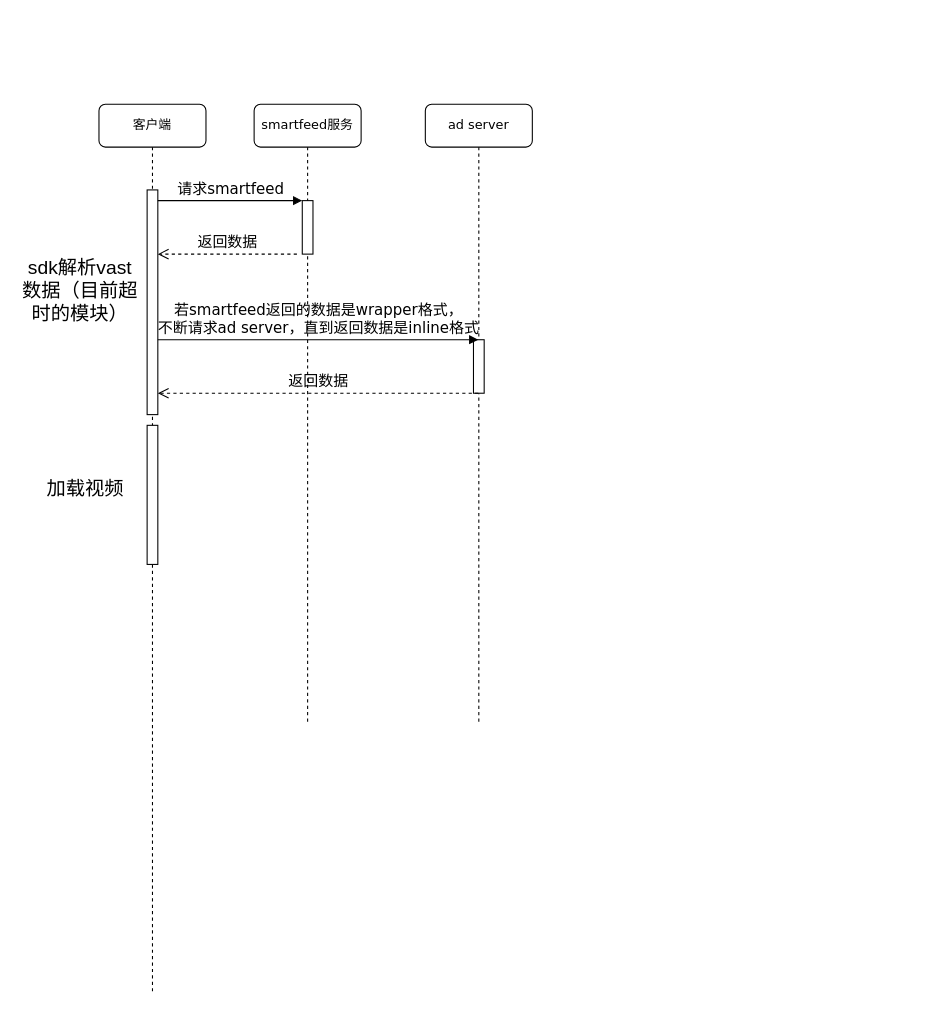
Earlier version of the draw.io diagram 未命名绘图.drawio (zzhao2018/wfuProject). Source tidied: cells renumbered, new cells numbered last; positions are measured from the earlier drawing's top-left corner, leaving out a move shared by most shapes. Both pictures are drawn from the tidied source at 107%, with x=0, y=0 at pixel (18, 104).
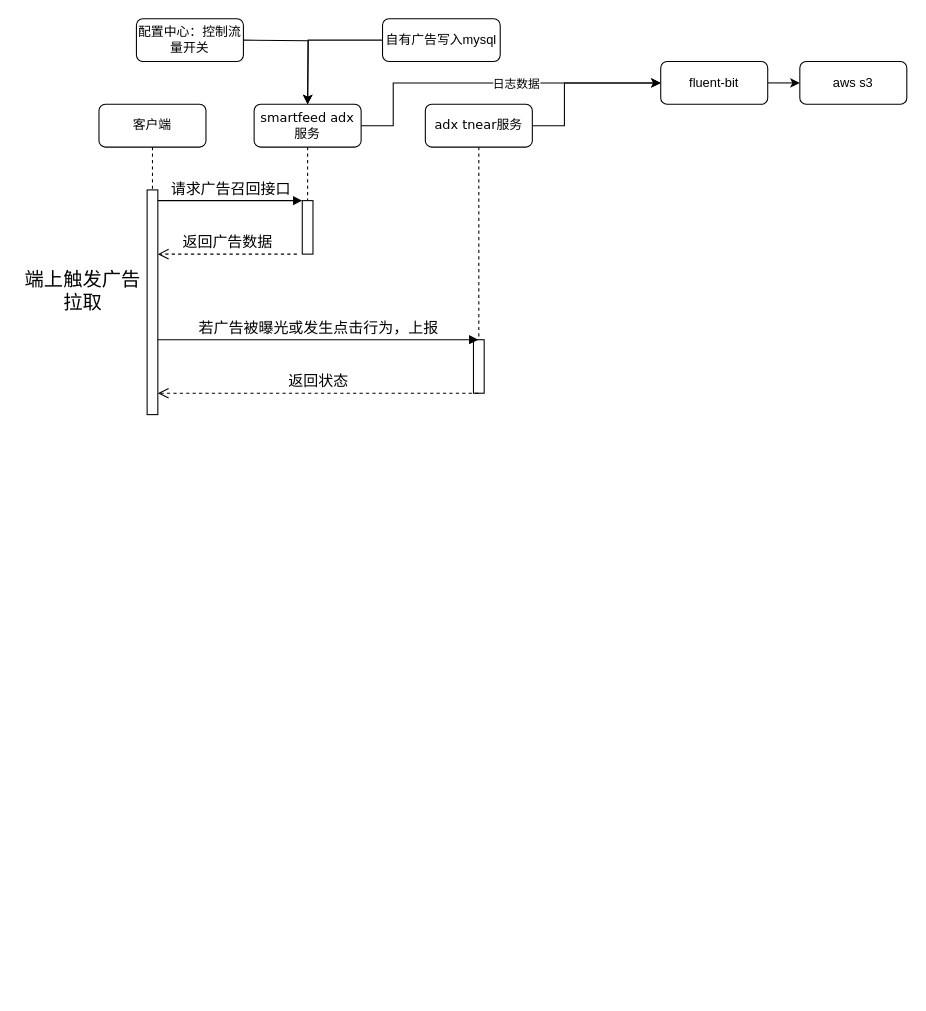
After the change.

Commit message:
更新未命名绘图.drawio

The change refers to these unchanged cells:
```xml
<mxCell id="3" style="html=1;points=[];perimeter=orthogonalPerimeter;rounded=0;shadow=0;comic=0;labelBackgroundColor=none;strokeWidth=1;fontFamily=Verdana;fontSize=12;align=center;" parent="2" vertex="1">
  <mxGeometry x="45" y="90" width="10" height="50" as="geometry" />
</mxCell>
<mxCell id="9" style="html=1;points=[];perimeter=orthogonalPerimeter;rounded=0;shadow=0;comic=0;labelBackgroundColor=none;strokeWidth=1;fontFamily=Verdana;fontSize=12;align=center;" parent="8" vertex="1">
  <mxGeometry x="45" y="80" width="10" height="210" as="geometry" />
</mxCell>
```

Change to the diagram source:
```diff
@@
-    <mxCell id="2" value="smartfeed服务" style="shape=umlLifeline;perimeter=lifelinePerimeter;whiteSpace=wrap;html=1;rounded=1;shadow=0;comic=0;labelBackgroundColor=none;strokeWidth=1;fontFamily=Verdana;fontSize=12;align=center;" parent="1" vertex="1">
-      <mxGeometry x="220" width="100" height="580" as="geometry" />
+    <mxCell id="2" value="smartfeed adx服务" style="shape=umlLifeline;perimeter=lifelinePerimeter;whiteSpace=wrap;html=1;rounded=1;shadow=0;comic=0;labelBackgroundColor=none;strokeWidth=1;fontFamily=Verdana;fontSize=12;align=center;" parent="1" vertex="1">
+      <mxGeometry x="220" width="100" height="140" as="geometry" />
     </mxCell>
@@
-    <mxCell id="4" value="&lt;font style=&quot;font-size: 14px;&quot;&gt;返回数据&lt;/font&gt;" style="html=1;verticalAlign=bottom;endArrow=open;dashed=1;endSize=8;labelBackgroundColor=none;fontFamily=Verdana;fontSize=12;edgeStyle=elbowEdgeStyle;elbow=horizontal;" parent="2" edge="1">
+    <mxCell id="4" value="&lt;font style=&quot;font-size: 14px;&quot;&gt;返回广告数据&lt;/font&gt;" style="html=1;verticalAlign=bottom;endArrow=open;dashed=1;endSize=8;labelBackgroundColor=none;fontFamily=Verdana;fontSize=12;edgeStyle=elbowEdgeStyle;elbow=horizontal;" parent="2" edge="1">
       <mxGeometry relative="1" as="geometry">
         <mxPoint x="40" y="140" as="sourcePoint" />
         <mxPoint x="-90" y="140" as="targetPoint" />
         <Array as="points">
           <mxPoint x="-15" y="140" />
           <mxPoint x="15" y="140" />
         </Array>
       </mxGeometry>
     </mxCell>
-    <mxCell id="5" value="ad server" style="shape=umlLifeline;perimeter=lifelinePerimeter;whiteSpace=wrap;html=1;outlineConnect=0;rounded=1;shadow=0;comic=0;labelBackgroundColor=none;strokeWidth=1;fontFamily=Verdana;fontSize=12;align=center;" parent="1" vertex="1">
-      <mxGeometry x="380" width="100" height="580" as="geometry" />
+    <mxCell id="5" value="adx tnear服务" style="shape=umlLifeline;perimeter=lifelinePerimeter;whiteSpace=wrap;html=1;outlineConnect=0;rounded=1;shadow=0;comic=0;labelBackgroundColor=none;strokeWidth=1;fontFamily=Verdana;fontSize=12;align=center;" parent="1" vertex="1">
+      <mxGeometry x="380" width="100" height="270" as="geometry" />
     </mxCell>
@@
-    <mxCell id="7" value="&lt;font style=&quot;font-size: 14px;&quot;&gt;返回数据&lt;/font&gt;" style="html=1;verticalAlign=bottom;endArrow=open;dashed=1;endSize=8;labelBackgroundColor=none;fontFamily=Verdana;fontSize=12;edgeStyle=elbowEdgeStyle;elbow=vertical;" parent="5" edge="1">
+    <mxCell id="7" value="&lt;font style=&quot;font-size: 14px;&quot;&gt;返回状态&lt;/font&gt;" style="html=1;verticalAlign=bottom;endArrow=open;dashed=1;endSize=8;labelBackgroundColor=none;fontFamily=Verdana;fontSize=12;edgeStyle=elbowEdgeStyle;elbow=vertical;" parent="5" edge="1">
       <mxGeometry relative="1" as="geometry">
         <mxPoint x="49.5" y="270" as="sourcePoint" />
         <mxPoint x="-250" y="270" as="targetPoint" />
         <Array as="points">
           <mxPoint x="-175" y="270" />
           <mxPoint x="-145" y="270" />
         </Array>
       </mxGeometry>
     </mxCell>
     <mxCell id="8" value="客户端" style="shape=umlLifeline;perimeter=lifelinePerimeter;whiteSpace=wrap;html=1;rounded=1;shadow=0;comic=0;labelBackgroundColor=none;strokeWidth=1;fontFamily=Verdana;fontSize=12;align=center;" parent="1" vertex="1">
-      <mxGeometry x="75" width="100" height="830" as="geometry" />
+      <mxGeometry x="75" width="100" height="290" as="geometry" />
     </mxCell>
@@
-    <mxCell id="10" style="html=1;perimeter=orthogonalPerimeter;rounded=0;shadow=0;comic=0;labelBackgroundColor=none;strokeWidth=1;fontFamily=Verdana;fontSize=12;align=center;" parent="8" vertex="1">
-      <mxGeometry x="45" y="300" width="10" height="130" as="geometry" />
-    </mxCell>
+    <mxCell id="13" value="&lt;font style=&quot;font-size: 18px;&quot;&gt;端上触发广告拉取&lt;/font&gt;" style="text;strokeColor=none;align=center;fillColor=none;html=1;verticalAlign=middle;whiteSpace=wrap;rounded=0;" parent="8" vertex="1">
+      <mxGeometry x="-75" y="150" width="120" height="50" as="geometry" />
+    </mxCell>
-    <mxCell id="11" value="&lt;font style=&quot;font-size: 14px;&quot;&gt;若smartfeed返回的数据是wrapper格式，&lt;br&gt;不断请求ad server，直到返回数据是inline格式&lt;/font&gt;" style="html=1;verticalAlign=bottom;endArrow=block;labelBackgroundColor=none;fontFamily=Verdana;fontSize=12;" parent="1" edge="1" target="5">
+    <mxCell id="11" value="&lt;span style=&quot;font-size: 14px;&quot;&gt;若广告被曝光或发生点击行为，上报&lt;/span&gt;" style="html=1;verticalAlign=bottom;endArrow=block;labelBackgroundColor=none;fontFamily=Verdana;fontSize=12;" parent="1" edge="1" target="5">
       <mxGeometry relative="1" as="geometry">
         <mxPoint x="130" y="220" as="sourcePoint" />
       </mxGeometry>
     </mxCell>
-    <mxCell id="12" value="&lt;font style=&quot;font-size: 14px;&quot;&gt;请求smartfeed&lt;/font&gt;" style="html=1;verticalAlign=bottom;endArrow=block;entryX=0;entryY=0;labelBackgroundColor=none;fontFamily=Verdana;fontSize=12;edgeStyle=elbowEdgeStyle;elbow=vertical;" parent="1" edge="1" source="9" target="3">
+    <mxCell id="12" value="&lt;span style=&quot;font-size: 14px;&quot;&gt;请求广告召回接口&lt;/span&gt;" style="html=1;verticalAlign=bottom;endArrow=block;entryX=0;entryY=0;labelBackgroundColor=none;fontFamily=Verdana;fontSize=12;edgeStyle=elbowEdgeStyle;elbow=vertical;" parent="1" edge="1" source="9" target="3">
       <mxGeometry relative="1" as="geometry" />
     </mxCell>
-    <mxCell id="13" value="&lt;font style=&quot;font-size: 18px;&quot;&gt;sdk解析vast数据（目前超时的模块）&lt;/font&gt;" style="text;strokeColor=none;align=center;fillColor=none;html=1;verticalAlign=middle;whiteSpace=wrap;rounded=0;" parent="1" vertex="1">
-      <mxGeometry y="160" width="115" height="30" as="geometry" />
-    </mxCell>
-    <mxCell id="14" value="&lt;font style=&quot;font-size: 18px;&quot;&gt;加载视频&lt;/font&gt;" style="text;strokeColor=none;align=center;fillColor=none;html=1;verticalAlign=middle;whiteSpace=wrap;rounded=0;" parent="1" vertex="1">
-      <mxGeometry x="21.2" y="345" width="82.5" height="30" as="geometry" />
-    </mxCell>
+    <mxCell id="15" style="edgeStyle=orthogonalEdgeStyle;rounded=0;orthogonalLoop=1;jettySize=auto;html=1;exitX=0.5;exitY=1;exitDx=0;exitDy=0;" parent="1" edge="1">
+      <mxGeometry relative="1" as="geometry">
+        <mxPoint x="210" y="-60" as="sourcePoint" />
+        <mxPoint x="270" as="targetPoint" />
+      </mxGeometry>
+    </mxCell>
+    <mxCell id="16" value="配置中心：控制流量开关" style="rounded=1;whiteSpace=wrap;html=1;" parent="1" vertex="1">
+      <mxGeometry x="110" y="-80" width="100" height="40" as="geometry" />
+    </mxCell>
+    <mxCell id="17" style="edgeStyle=orthogonalEdgeStyle;rounded=0;jettySize=auto;html=1;" parent="1" edge="1" source="18">
+      <mxGeometry relative="1" as="geometry">
+        <mxPoint x="270" as="targetPoint" />
+      </mxGeometry>
+    </mxCell>
+    <mxCell id="18" value="自有广告写入mysql" style="rounded=1;whiteSpace=wrap;html=1;" parent="1" vertex="1">
+      <mxGeometry x="340" y="-80" width="110" height="40" as="geometry" />
+    </mxCell>
+    <mxCell id="19" style="endArrow=classic;html=1;rounded=0;" parent="1" edge="1">
+      <mxGeometry relative="1" as="geometry">
+        <mxPoint x="320" y="20" as="sourcePoint" />
+        <mxPoint x="600" y="-20" as="targetPoint" />
+        <Array as="points">
+          <mxPoint x="350" y="20" />
+          <mxPoint x="350" y="-20" />
+          <mxPoint x="550" y="-20" />
+        </Array>
+      </mxGeometry>
+    </mxCell>
+    <mxCell id="20" value="日志数据" style="edgeLabel;html=1;align=center;verticalAlign=middle;" parent="19" vertex="1">
+      <mxGeometry x="0.15" y="1" relative="1" as="geometry">
+        <mxPoint y="1" as="offset" />
+      </mxGeometry>
+    </mxCell>
+    <mxCell id="21" style="edgeStyle=orthogonalEdgeStyle;rounded=0;jettySize=auto;html=1;exitX=1;exitY=0.5;exitDx=0;exitDy=0;" parent="1" edge="1" source="22">
+      <mxGeometry relative="1" as="geometry">
+        <mxPoint x="730" y="-20" as="targetPoint" />
+      </mxGeometry>
+    </mxCell>
+    <mxCell id="22" value="fluent-bit" style="rounded=1;whiteSpace=wrap;html=1;" parent="1" vertex="1">
+      <mxGeometry x="600" y="-40" width="100" height="40" as="geometry" />
+    </mxCell>
+    <mxCell id="23" style="endArrow=classic;html=1;rounded=0;" parent="1" edge="1">
+      <mxGeometry relative="1" as="geometry">
+        <mxPoint x="480" y="20" as="sourcePoint" />
+        <mxPoint x="600" y="-20" as="targetPoint" />
+        <Array as="points">
+          <mxPoint x="510" y="20" />
+          <mxPoint x="510" y="-20" />
+        </Array>
+      </mxGeometry>
+    </mxCell>
+    <mxCell id="24" value="aws s3" style="rounded=1;whiteSpace=wrap;html=1;" parent="1" vertex="1">
+      <mxGeometry x="730" y="-40" width="100" height="40" as="geometry" />
+    </mxCell>
```
